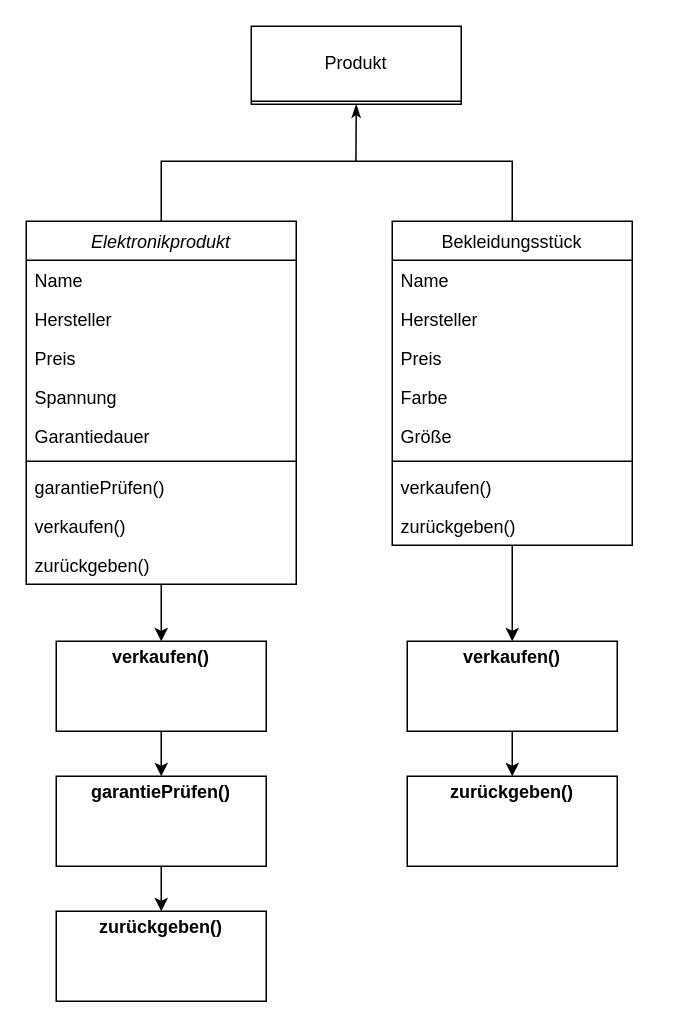
Above: Software.drawio in Zynd4x/Draw.io- (draw.io), before the change. Source tidied: cells renumbered, new cells numbered last; positions are measured from the earlier drawing's top-left corner, leaving out a move shared by most shapes. Both pictures are drawn from the tidied source at 150%, with x=0, y=0 at pixel (26, 26).
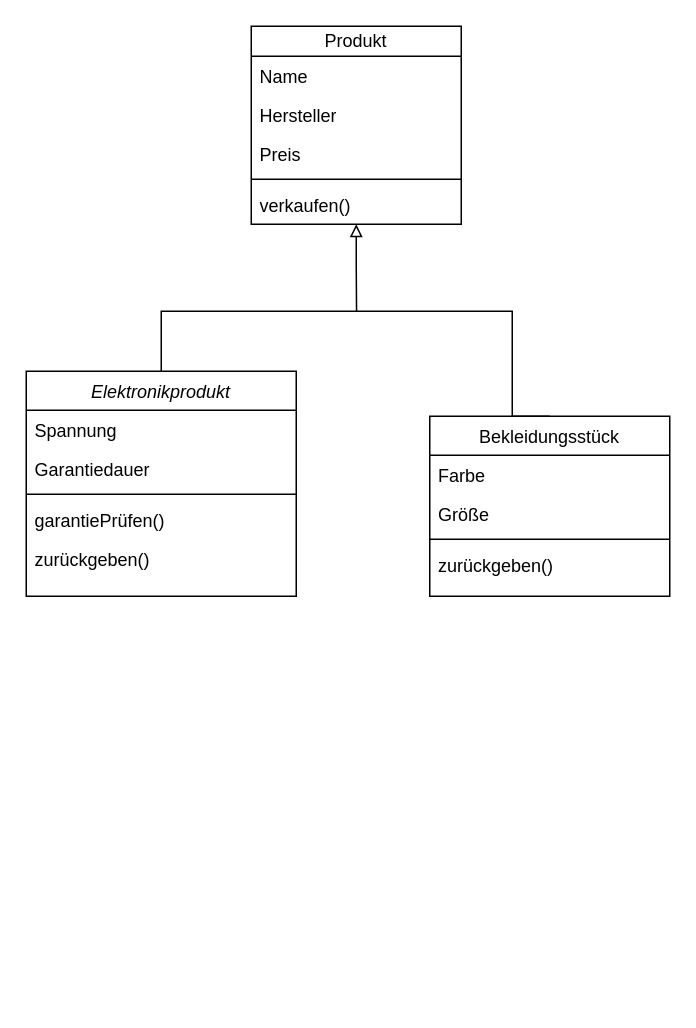
After the change.

Diff of the diagram source:
```diff
@@
     <mxCell id="2" style="edgeStyle=orthogonalEdgeStyle;rounded=0;jettySize=auto;html=1;exitX=0.5;exitY=0;exitDx=0;exitDy=0;entryX=0.5;entryY=0;entryDx=0;entryDy=0;endArrow=none;endFill=0;" parent="1" edge="1" source="4" target="15">
       <mxGeometry relative="1" as="geometry">
         <Array as="points">
-          <mxPoint x="90" y="90" />
-          <mxPoint x="324" y="90" />
+          <mxPoint x="90" y="190" />
+          <mxPoint x="324" y="190" />
+          <mxPoint x="324" y="260" />
         </Array>
       </mxGeometry>
     </mxCell>
-    <mxCell id="3" style="edgeStyle=orthogonalEdgeStyle;rounded=0;jettySize=auto;html=1;exitX=0.5;exitY=1;exitDx=0;exitDy=0;entryX=0.5;entryY=0;entryDx=0;entryDy=0;" parent="1" edge="1" source="4" target="27">
-      <mxGeometry relative="1" as="geometry" />
-    </mxCell>
     <mxCell id="4" value="Elektronikprodukt" style="swimlane;fontStyle=2;align=center;verticalAlign=top;horizontal=1;startSize=26;rounded=0;shadow=0;strokeWidth=1;" parent="1" vertex="1">
-      <mxGeometry y="130" width="180" height="242" as="geometry" />
+      <mxGeometry y="230" width="180" height="150" as="geometry" />
     </mxCell>
-    <mxCell id="5" value="Name" style="text;align=left;verticalAlign=top;spacingLeft=4;spacingRight=4;overflow=hidden;" parent="4" vertex="1">
-      <mxGeometry y="26" width="180" height="26" as="geometry" />
-    </mxCell>
-    <mxCell id="6" value="Hersteller" style="text;align=left;verticalAlign=top;spacingLeft=4;spacingRight=4;overflow=hidden;rounded=0;shadow=0;html=0;" parent="4" vertex="1">
-      <mxGeometry y="52" width="180" height="26" as="geometry" />
-    </mxCell>
-    <mxCell id="7" value="Preis" style="text;align=left;verticalAlign=top;spacingLeft=4;spacingRight=4;overflow=hidden;rounded=0;shadow=0;html=0;" parent="4" vertex="1">
-      <mxGeometry y="78" width="180" height="26" as="geometry" />
-    </mxCell>
     <mxCell id="8" value="Spannung" style="text;strokeColor=none;fillColor=none;align=left;verticalAlign=top;spacingLeft=4;spacingRight=4;overflow=hidden;whiteSpace=wrap;html=1;" parent="4" vertex="1">
-      <mxGeometry y="104" width="180" height="26" as="geometry" />
+      <mxGeometry y="26" width="180" height="26" as="geometry" />
     </mxCell>
     <mxCell id="9" value="Garantiedauer" style="text;strokeColor=none;fillColor=none;align=left;verticalAlign=top;spacingLeft=4;spacingRight=4;overflow=hidden;whiteSpace=wrap;html=1;" parent="4" vertex="1">
-      <mxGeometry y="130" width="180" height="26" as="geometry" />
+      <mxGeometry y="52" width="180" height="26" as="geometry" />
     </mxCell>
     <mxCell id="10" style="line;html=1;strokeWidth=1;align=left;verticalAlign=middle;spacingTop=-1;spacingLeft=3;spacingRight=3;labelPosition=right;" parent="4" vertex="1">
-      <mxGeometry y="156" width="180" height="8" as="geometry" />
+      <mxGeometry y="78" width="180" height="8" as="geometry" />
     </mxCell>
     <mxCell id="11" value="garantiePrüfen()" style="text;strokeColor=none;fillColor=none;align=left;verticalAlign=top;spacingLeft=4;spacingRight=4;overflow=hidden;whiteSpace=wrap;html=1;" parent="4" vertex="1">
-      <mxGeometry y="164" width="180" height="26" as="geometry" />
+      <mxGeometry y="86" width="180" height="26" as="geometry" />
     </mxCell>
-    <mxCell id="12" value="verkaufen()" style="text;strokeColor=none;fillColor=none;align=left;verticalAlign=top;spacingLeft=4;spacingRight=4;overflow=hidden;whiteSpace=wrap;html=1;" parent="4" vertex="1">
-      <mxGeometry y="190" width="180" height="26" as="geometry" />
-    </mxCell>
     <mxCell id="13" value="zurückgeben()" style="text;strokeColor=none;fillColor=none;align=left;verticalAlign=top;spacingLeft=4;spacingRight=4;overflow=hidden;whiteSpace=wrap;html=1;" parent="4" vertex="1">
-      <mxGeometry y="216" width="180" height="26" as="geometry" />
+      <mxGeometry y="112" width="180" height="26" as="geometry" />
     </mxCell>
-    <mxCell id="14" style="edgeStyle=orthogonalEdgeStyle;rounded=0;jettySize=auto;html=1;exitX=0.5;exitY=1;exitDx=0;exitDy=0;entryX=0.5;entryY=0;entryDx=0;entryDy=0;" parent="1" edge="1" source="15" target="32">
-      <mxGeometry relative="1" as="geometry" />
-    </mxCell>
     <mxCell id="15" value="Bekleidungsstück" style="swimlane;fontStyle=0;align=center;verticalAlign=top;horizontal=1;startSize=26;rounded=0;shadow=0;strokeWidth=1;" parent="1" vertex="1">
-      <mxGeometry x="244" y="130" width="160" height="216" as="geometry" />
+      <mxGeometry x="269" y="260" width="160" height="120" as="geometry" />
     </mxCell>
-    <mxCell id="16" value="Name    " style="text;align=left;verticalAlign=top;spacingLeft=4;spacingRight=4;overflow=hidden;" parent="15" vertex="1">
-      <mxGeometry y="26" width="160" height="26" as="geometry" />
-    </mxCell>
-    <mxCell id="17" value="Hersteller" style="text;align=left;verticalAlign=top;spacingLeft=4;spacingRight=4;overflow=hidden;rounded=0;shadow=0;html=0;" parent="15" vertex="1">
-      <mxGeometry y="52" width="160" height="26" as="geometry" />
-    </mxCell>
-    <mxCell id="18" value="Preis" style="text;align=left;verticalAlign=top;spacingLeft=4;spacingRight=4;overflow=hidden;rounded=0;shadow=0;html=0;" parent="15" vertex="1">
-      <mxGeometry y="78" width="160" height="26" as="geometry" />
-    </mxCell>
     <mxCell id="19" value="Farbe" style="text;align=left;verticalAlign=top;spacingLeft=4;spacingRight=4;overflow=hidden;rounded=0;shadow=0;html=0;" parent="15" vertex="1">
-      <mxGeometry y="104" width="160" height="26" as="geometry" />
+      <mxGeometry y="26" width="160" height="26" as="geometry" />
     </mxCell>
     <mxCell id="20" value="Größe" style="text;align=left;verticalAlign=top;spacingLeft=4;spacingRight=4;overflow=hidden;rounded=0;shadow=0;html=0;" parent="15" vertex="1">
-      <mxGeometry y="130" width="160" height="26" as="geometry" />
+      <mxGeometry y="52" width="160" height="26" as="geometry" />
     </mxCell>
     <mxCell id="21" style="line;html=1;strokeWidth=1;align=left;verticalAlign=middle;spacingTop=-1;spacingLeft=3;spacingRight=3;labelPosition=right;" parent="15" vertex="1">
-      <mxGeometry y="156" width="160" height="8" as="geometry" />
+      <mxGeometry y="78" width="160" height="8" as="geometry" />
     </mxCell>
-    <mxCell id="22" value="verkaufen()" style="text;align=left;verticalAlign=top;spacingLeft=4;spacingRight=4;overflow=hidden;" parent="15" vertex="1">
-      <mxGeometry y="164" width="160" height="26" as="geometry" />
-    </mxCell>
     <mxCell id="23" value="zurückgeben()" style="text;align=left;verticalAlign=top;spacingLeft=4;spacingRight=4;overflow=hidden;" parent="15" vertex="1">
-      <mxGeometry y="190" width="160" height="26" as="geometry" />
+      <mxGeometry y="86" width="160" height="26" as="geometry" />
     </mxCell>
-    <mxCell id="24" style="edgeStyle=orthogonalEdgeStyle;rounded=0;jettySize=auto;html=1;exitX=0.5;exitY=1;exitDx=0;exitDy=0;startArrow=classicThin;startFill=1;endArrow=none;endFill=0;" parent="1" edge="1" source="25">
-      <mxGeometry relative="1" as="geometry">
-        <mxPoint x="219.8" y="90" as="targetPoint" />
-      </mxGeometry>
-    </mxCell>
+    <mxCell id="34" style="edgeStyle=orthogonalEdgeStyle;rounded=0;jettySize=auto;html=1;exitX=0.5;exitY=1;exitDx=0;exitDy=0;startArrow=block;startFill=0;endArrow=none;endFill=0;" parent="1" edge="1" source="25">
+      <mxGeometry relative="1" as="geometry">
+        <mxPoint x="220.2" y="190" as="targetPoint" />
+      </mxGeometry>
+    </mxCell>
-    <mxCell id="25" value="Produkt" style="swimlane;fontStyle=0;horizontal=1;startSize=50;fillColor=none;whiteSpace=wrap;html=1;" parent="1" vertex="1">
-      <mxGeometry x="150" width="140" height="52" as="geometry" />
+    <mxCell id="25" value="Produkt" style="swimlane;fontStyle=0;horizontal=1;startSize=20;fillColor=none;whiteSpace=wrap;html=1;" parent="1" vertex="1">
+      <mxGeometry x="150" width="140" height="132" as="geometry" />
     </mxCell>
-    <mxCell id="26" style="edgeStyle=orthogonalEdgeStyle;rounded=0;jettySize=auto;html=1;exitX=0.5;exitY=1;exitDx=0;exitDy=0;entryX=0.5;entryY=0;entryDx=0;entryDy=0;" parent="1" edge="1" source="27" target="29">
-      <mxGeometry relative="1" as="geometry" />
-    </mxCell>
-    <mxCell id="27" value="&lt;p style=&quot;margin:0px;margin-top:4px;text-align:center;&quot;&gt;&lt;b&gt;verkaufen()&lt;/b&gt;&lt;/p&gt;" style="verticalAlign=top;align=left;overflow=fill;html=1;whiteSpace=wrap;" parent="1" vertex="1">
-      <mxGeometry x="20" y="410" width="140" height="60" as="geometry" />
-    </mxCell>
-    <mxCell id="28" style="edgeStyle=orthogonalEdgeStyle;rounded=0;jettySize=auto;html=1;exitX=0.5;exitY=1;exitDx=0;exitDy=0;entryX=0.5;entryY=0;entryDx=0;entryDy=0;" parent="1" edge="1" source="29" target="30">
-      <mxGeometry relative="1" as="geometry" />
-    </mxCell>
-    <mxCell id="29" value="&lt;p style=&quot;margin:0px;margin-top:4px;text-align:center;&quot;&gt;&lt;b&gt;garantiePrüfen()&lt;/b&gt;&lt;/p&gt;" style="verticalAlign=top;align=left;overflow=fill;html=1;whiteSpace=wrap;" parent="1" vertex="1">
-      <mxGeometry x="20" y="500" width="140" height="60" as="geometry" />
-    </mxCell>
-    <mxCell id="30" value="&lt;p style=&quot;margin:0px;margin-top:4px;text-align:center;&quot;&gt;&lt;b&gt;zurückgeben()&lt;/b&gt;&lt;/p&gt;" style="verticalAlign=top;align=left;overflow=fill;html=1;whiteSpace=wrap;" parent="1" vertex="1">
-      <mxGeometry x="20" y="590" width="140" height="60" as="geometry" />
-    </mxCell>
-    <mxCell id="31" style="edgeStyle=orthogonalEdgeStyle;rounded=0;jettySize=auto;html=1;exitX=0.5;exitY=1;exitDx=0;exitDy=0;entryX=0.5;entryY=0;entryDx=0;entryDy=0;" parent="1" edge="1" source="32" target="33">
-      <mxGeometry relative="1" as="geometry" />
-    </mxCell>
-    <mxCell id="32" value="&lt;p style=&quot;margin:0px;margin-top:4px;text-align:center;&quot;&gt;&lt;b&gt;verkaufen()&lt;/b&gt;&lt;/p&gt;" style="verticalAlign=top;align=left;overflow=fill;html=1;whiteSpace=wrap;" parent="1" vertex="1">
-      <mxGeometry x="254" y="410" width="140" height="60" as="geometry" />
-    </mxCell>
-    <mxCell id="33" value="&lt;p style=&quot;margin:0px;margin-top:4px;text-align:center;&quot;&gt;&lt;b&gt;zurückgeben()&lt;/b&gt;&lt;/p&gt;" style="verticalAlign=top;align=left;overflow=fill;html=1;whiteSpace=wrap;" parent="1" vertex="1">
-      <mxGeometry x="254" y="500" width="140" height="60" as="geometry" />
-    </mxCell>
+    <mxCell id="35" value="Name" style="text;strokeColor=none;fillColor=none;align=left;verticalAlign=top;spacingLeft=4;spacingRight=4;overflow=hidden;whiteSpace=wrap;html=1;" parent="25" vertex="1">
+      <mxGeometry y="20" width="140" height="26" as="geometry" />
+    </mxCell>
+    <mxCell id="36" value="Hersteller" style="text;strokeColor=none;fillColor=none;align=left;verticalAlign=top;spacingLeft=4;spacingRight=4;overflow=hidden;whiteSpace=wrap;html=1;" parent="25" vertex="1">
+      <mxGeometry y="46" width="140" height="26" as="geometry" />
+    </mxCell>
+    <mxCell id="37" value="Preis" style="text;strokeColor=none;fillColor=none;align=left;verticalAlign=top;spacingLeft=4;spacingRight=4;overflow=hidden;whiteSpace=wrap;html=1;" parent="25" vertex="1">
+      <mxGeometry y="72" width="140" height="26" as="geometry" />
+    </mxCell>
+    <mxCell id="38" style="line;strokeWidth=1;fillColor=none;align=left;verticalAlign=middle;spacingTop=-1;spacingLeft=3;spacingRight=3;labelPosition=right;strokeColor=inherit;" parent="25" vertex="1">
+      <mxGeometry y="98" width="140" height="8" as="geometry" />
+    </mxCell>
+    <mxCell id="12" value="verkaufen()" style="text;strokeColor=none;fillColor=none;align=left;verticalAlign=top;spacingLeft=4;spacingRight=4;overflow=hidden;whiteSpace=wrap;html=1;" parent="25" vertex="1">
+      <mxGeometry y="106" width="140" height="26" as="geometry" />
+    </mxCell>
```
